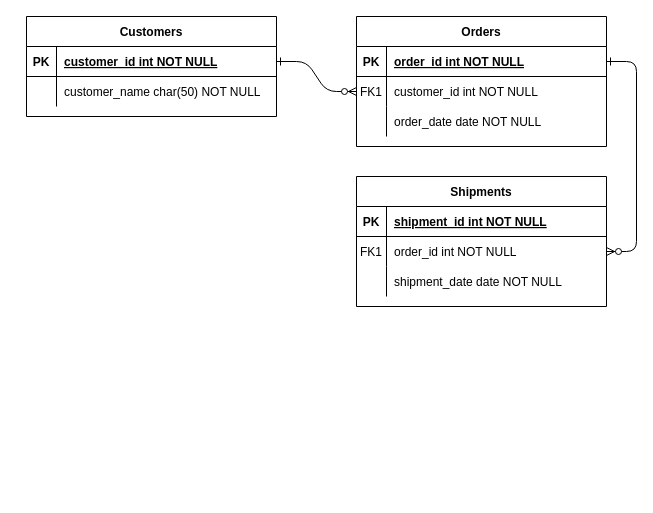
The draw.io diagram Untitled Diagram.drawio in Dormiveglia-elf/CSC261-Database, before the edit. Source tidied: cells renumbered, new cells numbered last; positions are measured from the earlier drawing's top-left corner, leaving out a move shared by most shapes. Both pictures are drawn from the tidied source at 100%, with x=0, y=0 at pixel (26, 16).
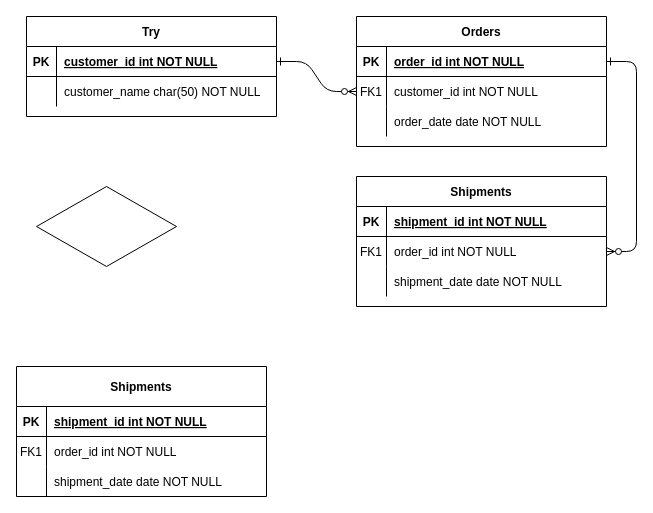
The same page after the edit.

The edit, as a diff of the source:
```diff
@@
-    <mxCell id="24" value="Customers" style="shape=table;startSize=30;childLayout=tableLayout;rowLines=0;fontStyle=1;align=center;" parent="1" vertex="1">
+    <mxCell id="24" value="Try" style="shape=table;startSize=30;childLayout=tableLayout;rowLines=0;fontStyle=1;align=center;" parent="1" vertex="1">
       <mxGeometry width="250" height="100" as="geometry" />
     </mxCell>
@@
+    <mxCell id="31" value="Shipments" style="shape=table;startSize=40;childLayout=tableLayout;rowLines=0;fontStyle=1;align=center;" parent="1" vertex="1">
+      <mxGeometry x="-10" y="350" width="250" height="130" as="geometry" />
+    </mxCell>
+    <mxCell id="32" style="shape=partialRectangle;fillColor=none;top=0;left=0;right=0;bottom=1;" parent="31" vertex="1">
+      <mxGeometry y="40" width="250" height="30" as="geometry" />
+    </mxCell>
+    <mxCell id="33" value="PK" style="shape=partialRectangle;overflow=hidden;fillColor=none;top=0;left=0;bottom=0;right=0;fontStyle=1;" parent="32" vertex="1">
+      <mxGeometry width="30" height="30" as="geometry" />
+    </mxCell>
+    <mxCell id="34" value="shipment_id int NOT NULL " style="shape=partialRectangle;overflow=hidden;fillColor=none;top=0;left=0;bottom=0;right=0;align=left;spacingLeft=6;fontStyle=5;" parent="32" vertex="1">
+      <mxGeometry x="30" width="220" height="30" as="geometry" />
+    </mxCell>
+    <mxCell id="35" style="shape=partialRectangle;fillColor=none;top=0;left=0;right=0;bottom=0;" parent="31" vertex="1">
+      <mxGeometry y="70" width="250" height="30" as="geometry" />
+    </mxCell>
+    <mxCell id="36" value="FK1" style="shape=partialRectangle;overflow=hidden;fillColor=none;top=0;left=0;bottom=0;right=0;" parent="35" vertex="1">
+      <mxGeometry width="30" height="30" as="geometry" />
+    </mxCell>
+    <mxCell id="37" value="order_id int NOT NULL" style="shape=partialRectangle;overflow=hidden;fillColor=none;top=0;left=0;bottom=0;right=0;align=left;spacingLeft=6;" parent="35" vertex="1">
+      <mxGeometry x="30" width="220" height="30" as="geometry" />
+    </mxCell>
+    <mxCell id="38" style="shape=partialRectangle;fillColor=none;top=0;left=0;right=0;bottom=0;" parent="31" vertex="1">
+      <mxGeometry y="100" width="250" height="30" as="geometry" />
+    </mxCell>
+    <mxCell id="39" style="shape=partialRectangle;overflow=hidden;fillColor=none;top=0;left=0;bottom=0;right=0;" parent="38" vertex="1">
+      <mxGeometry width="30" height="30" as="geometry" />
+    </mxCell>
+    <mxCell id="40" value="shipment_date date NOT NULL" style="shape=partialRectangle;overflow=hidden;fillColor=none;top=0;left=0;bottom=0;right=0;align=left;spacingLeft=6;" parent="38" vertex="1">
+      <mxGeometry x="30" width="220" height="30" as="geometry" />
+    </mxCell>
+    <mxCell id="41" style="rhombus;whiteSpace=wrap;html=1;" parent="1" vertex="1">
+      <mxGeometry x="10" y="170" width="140" height="80" as="geometry" />
+    </mxCell>
```
